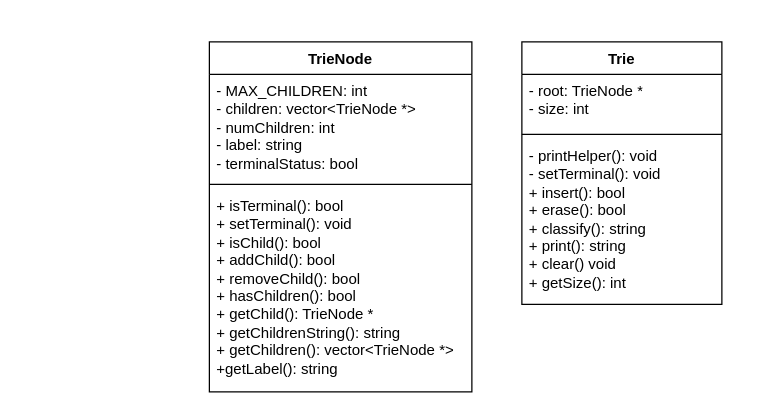
loganhartford/ece250_p3 keeps this draw.io diagram as draw/uml.drawio. Above is the earlier version. Source tidied: cells renumbered, new cells numbered last; positions are measured from the earlier drawing's top-left corner, leaving out a move shared by most shapes. Both pictures are drawn from the tidied source at 125%, with x=0, y=0 at pixel (209, 41).
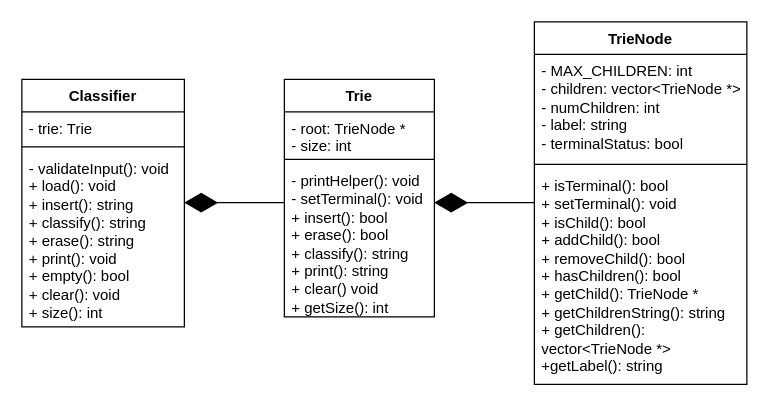
After the change.

The edit, as a diff of the source:
```diff
@@
 <mxGraphModel>
   <root>
     <mxCell id="0" />
     <mxCell id="1" parent="0" />
     <mxCell id="2" value="TrieNode" style="swimlane;fontStyle=1;align=center;verticalAlign=top;horizontal=1;startSize=26;whiteSpace=wrap;html=1;" parent="1" vertex="1">
-      <mxGeometry width="210" height="280" as="geometry" />
+      <mxGeometry x="260" y="-16" width="170" height="290" as="geometry" />
     </mxCell>
     <mxCell id="3" value="- MAX_CHILDREN: int&lt;div&gt;- children: vector&amp;lt;TrieNode *&amp;gt;&lt;/div&gt;&lt;div&gt;- numChildren: int&lt;/div&gt;&lt;div&gt;- label: string&lt;/div&gt;&lt;div&gt;- terminalStatus: bool&lt;/div&gt;" style="text;strokeColor=none;fillColor=none;align=left;verticalAlign=top;spacingLeft=4;spacingRight=4;overflow=hidden;whiteSpace=wrap;html=1;" parent="2" vertex="1">
-      <mxGeometry y="26" width="210" height="84" as="geometry" />
+      <mxGeometry y="26" width="170" height="84" as="geometry" />
     </mxCell>
     <mxCell id="4" style="line;strokeWidth=1;fillColor=none;align=left;verticalAlign=middle;spacingTop=-1;spacingLeft=3;spacingRight=3;labelPosition=right;strokeColor=inherit;" parent="2" vertex="1">
-      <mxGeometry y="110" width="210" height="8" as="geometry" />
+      <mxGeometry y="110" width="170" height="8" as="geometry" />
     </mxCell>
     <mxCell id="5" value="+ isTerminal(): bool&lt;div&gt;+ setTerminal(): void&lt;/div&gt;&lt;div&gt;+ isChild(): bool&lt;/div&gt;&lt;div&gt;+ addChild(): bool&lt;/div&gt;&lt;div&gt;+ removeChild(): bool&lt;/div&gt;&lt;div&gt;+ hasChildren(): bool&lt;/div&gt;&lt;div&gt;+ getChild(): TrieNode *&lt;/div&gt;&lt;div&gt;+ getChildrenString(): string&lt;/div&gt;&lt;div&gt;+ getChildren(): vector&amp;lt;TrieNode *&amp;gt;&lt;/div&gt;&lt;div&gt;+getLabel(): string&lt;/div&gt;&lt;div&gt;&lt;br&gt;&lt;/div&gt;" style="text;strokeColor=none;fillColor=none;align=left;verticalAlign=top;spacingLeft=4;spacingRight=4;overflow=hidden;whiteSpace=wrap;html=1;" parent="2" vertex="1">
-      <mxGeometry y="118" width="210" height="162" as="geometry" />
+      <mxGeometry y="118" width="170" height="172" as="geometry" />
     </mxCell>
     <mxCell id="6" value="Trie" style="swimlane;fontStyle=1;align=center;verticalAlign=top;horizontal=1;startSize=26;whiteSpace=wrap;html=1;" parent="1" vertex="1">
-      <mxGeometry x="250" width="160" height="210" as="geometry" />
+      <mxGeometry x="60" y="30" width="120" height="190" as="geometry" />
     </mxCell>
     <mxCell id="7" value="- root: TrieNode *&lt;div&gt;- size: int&lt;/div&gt;" style="text;strokeColor=none;fillColor=none;align=left;verticalAlign=top;spacingLeft=4;spacingRight=4;overflow=hidden;whiteSpace=wrap;html=1;" parent="6" vertex="1">
-      <mxGeometry y="26" width="160" height="44" as="geometry" />
+      <mxGeometry y="26" width="120" height="34" as="geometry" />
     </mxCell>
     <mxCell id="8" style="line;strokeWidth=1;fillColor=none;align=left;verticalAlign=middle;spacingTop=-1;spacingLeft=3;spacingRight=3;labelPosition=right;strokeColor=inherit;" parent="6" vertex="1">
-      <mxGeometry y="70" width="160" height="8" as="geometry" />
+      <mxGeometry y="60" width="120" height="8" as="geometry" />
     </mxCell>
     <mxCell id="9" value="- printHelper(): void&lt;div&gt;- setTerminal(): void&lt;/div&gt;&lt;div&gt;+ insert(): bool&lt;/div&gt;&lt;div&gt;+ erase(): bool&lt;/div&gt;&lt;div&gt;+ classify(): string&lt;/div&gt;&lt;div&gt;+ print(): string&lt;/div&gt;&lt;div&gt;+ clear() void&lt;/div&gt;&lt;div&gt;+ getSize(): int&lt;/div&gt;" style="text;strokeColor=none;fillColor=none;align=left;verticalAlign=top;spacingLeft=4;spacingRight=4;overflow=hidden;whiteSpace=wrap;html=1;" parent="6" vertex="1">
-      <mxGeometry y="78" width="160" height="132" as="geometry" />
+      <mxGeometry y="68" width="120" height="122" as="geometry" />
     </mxCell>
+    <mxCell id="10" value="Classifier" style="swimlane;fontStyle=1;align=center;verticalAlign=top;horizontal=1;startSize=26;whiteSpace=wrap;html=1;" parent="1" vertex="1">
+      <mxGeometry x="-150" y="30" width="130" height="198" as="geometry" />
+    </mxCell>
+    <mxCell id="11" value="- trie: Trie" style="text;strokeColor=none;fillColor=none;align=left;verticalAlign=top;spacingLeft=4;spacingRight=4;overflow=hidden;whiteSpace=wrap;html=1;" parent="10" vertex="1">
+      <mxGeometry y="26" width="130" height="24" as="geometry" />
+    </mxCell>
+    <mxCell id="12" style="line;strokeWidth=1;fillColor=none;align=left;verticalAlign=middle;spacingTop=-1;spacingLeft=3;spacingRight=3;labelPosition=right;strokeColor=inherit;" parent="10" vertex="1">
+      <mxGeometry y="50" width="130" height="8" as="geometry" />
+    </mxCell>
+    <mxCell id="13" value="- validateInput(): void&lt;div&gt;+ load(): void&lt;/div&gt;&lt;div&gt;+ insert(): string&lt;/div&gt;&lt;div&gt;+ classify(): string&lt;/div&gt;&lt;div&gt;+ erase(): string&lt;/div&gt;&lt;div&gt;+ print(): void&lt;/div&gt;&lt;div&gt;+ empty(): bool&lt;/div&gt;&lt;div&gt;+ clear(): void&lt;/div&gt;&lt;div&gt;+ size(): int&lt;/div&gt;" style="text;strokeColor=none;fillColor=none;align=left;verticalAlign=top;spacingLeft=4;spacingRight=4;overflow=hidden;whiteSpace=wrap;html=1;" parent="10" vertex="1">
+      <mxGeometry y="58" width="130" height="140" as="geometry" />
+    </mxCell>
+    <mxCell id="14" style="endArrow=diamondThin;endFill=1;endSize=24;html=1;rounded=0;" parent="1" edge="1">
+      <mxGeometry relative="1" as="geometry">
+        <mxPoint x="260" y="128.6" as="sourcePoint" />
+        <mxPoint x="180" y="128.6" as="targetPoint" />
+      </mxGeometry>
+    </mxCell>
+    <mxCell id="15" style="endArrow=diamondThin;endFill=1;endSize=24;html=1;rounded=0;" parent="1" edge="1">
+      <mxGeometry relative="1" as="geometry">
+        <mxPoint x="60" y="128.6" as="sourcePoint" />
+        <mxPoint x="-20" y="128.6" as="targetPoint" />
+      </mxGeometry>
+    </mxCell>
   </root>
 </mxGraphModel>
```
